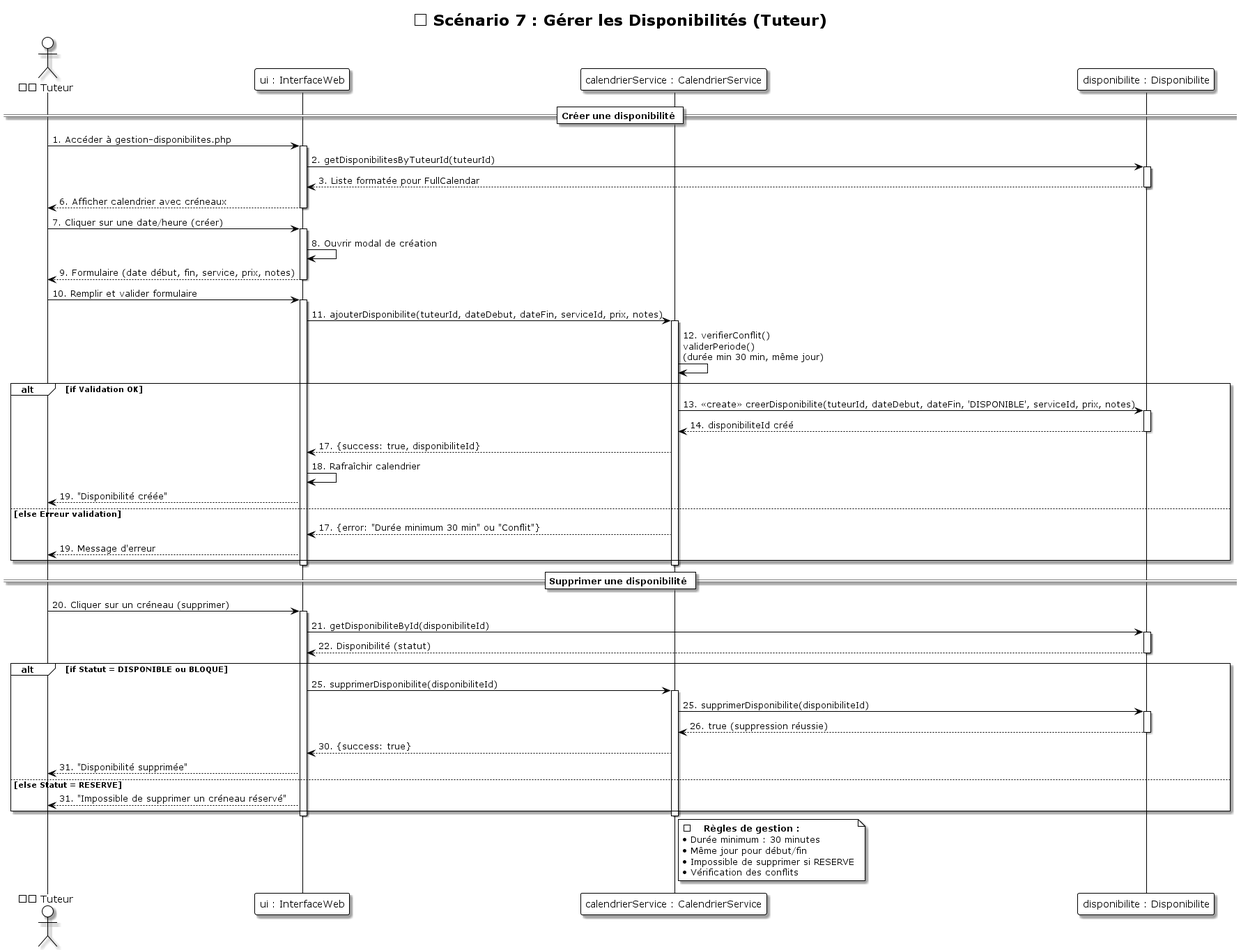
The PlantUML diagram UML/diagrammes_sequence/Sequence_07_Gerer_Disponibilites.png in LLAbdul/LLAbdul-projet-tutoplus, before a commit.
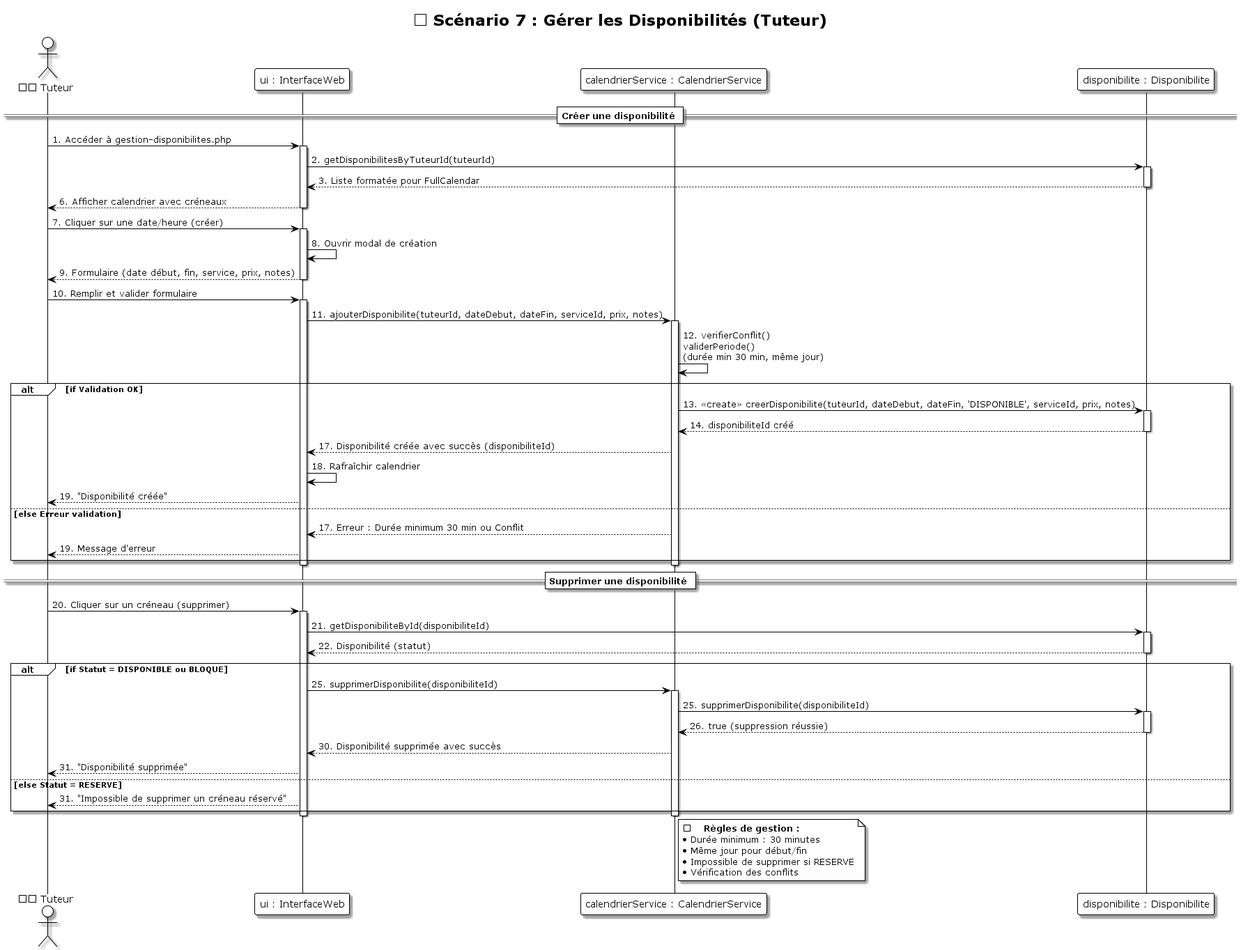
Above is the later version.

The edit, as a diff of the source:
```diff
@@ -39,11 +39,11 @@
     Disponibilite --> CalendrierService: 14. disponibiliteId créé
     deactivate Disponibilite
 
-    CalendrierService --> UI: 17. {success: true, disponibiliteId}
+    CalendrierService --> UI: 17. Disponibilité créée avec succès (disponibiliteId)
     UI -> UI: 18. Rafraîchir calendrier
     UI --> Tuteur: 19. "Disponibilité créée"
 else else Erreur validation
-    CalendrierService --> UI: 17. {error: "Durée minimum 30 min" ou "Conflit"}
+    CalendrierService --> UI: 17. Erreur : Durée minimum 30 min ou Conflit
     UI --> Tuteur: 19. Message d'erreur
 end
 
@@ -65,7 +65,7 @@
     activate Disponibilite
     Disponibilite --> CalendrierService: 26. true (suppression réussie)
     deactivate Disponibilite
-    CalendrierService --> UI: 30. {success: true}
+    CalendrierService --> UI: 30. Disponibilité supprimée avec succès
     UI --> Tuteur: 31. "Disponibilité supprimée"
 else else Statut = RESERVE
     UI --> Tuteur: 31. "Impossible de supprimer un créneau réservé"
```
